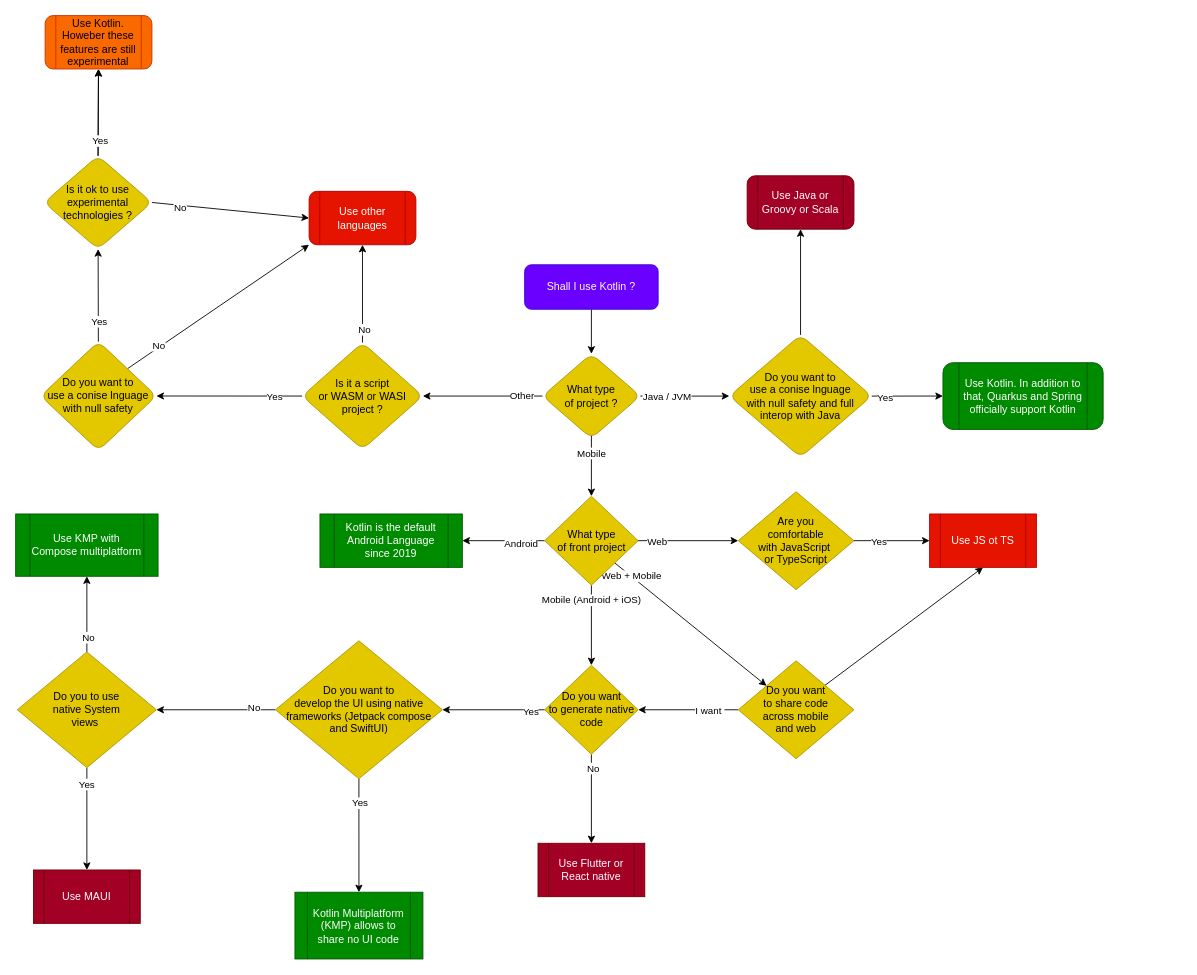
worldline/learning-kotlin keeps this draw.io diagram as docs/src/assets/kotlin-decision-tree.drawio. Above is the earlier version. Source tidied: cells renumbered, new cells numbered last; positions are measured from the earlier drawing's top-left corner, leaving out a move shared by most shapes. Both pictures are drawn from the tidied source at 89%, with x=0, y=0 at pixel (15, 15).
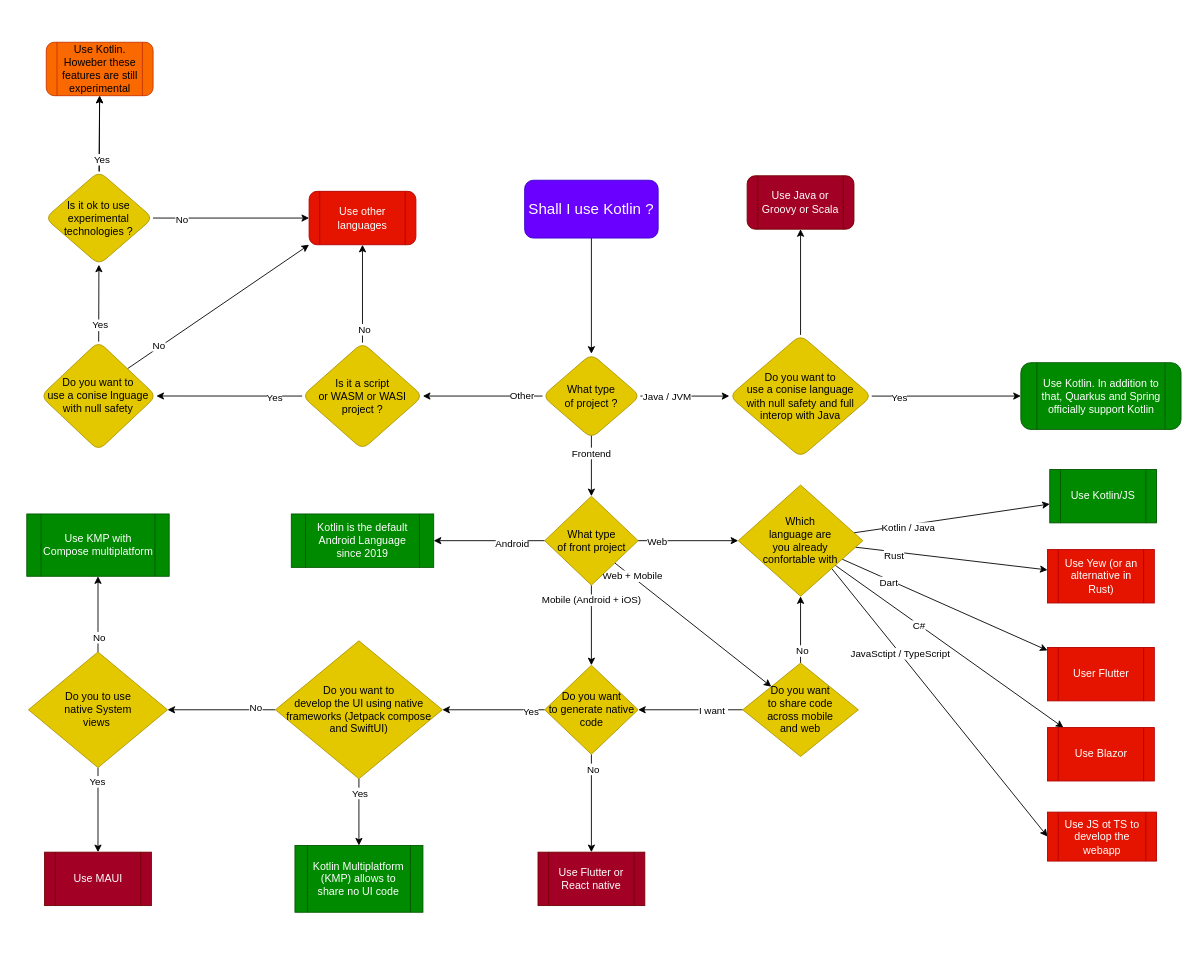
Above is the later version.

Commit message (it also covers changes not shown here):
- Add imgMark and figure options to mdEnhancePlugin - Add kotlin decision tree

The change refers to these unchanged cells:
```xml
<mxCell id="13" style="endArrow=classic;html=1;exitX=0.5;exitY=1;exitDx=0;exitDy=0;entryX=0.5;entryY=0;entryDx=0;entryDy=0;" parent="1" edge="1" target="12">
  <mxGeometry relative="1" as="geometry">
    <mxPoint x="647" y="470" as="sourcePoint" />
  </mxGeometry>
</mxCell>
```

Diff of the diagram source:
```diff
@@
-    <mxCell id="3" value="Shall I use Kotlin ?" style="rounded=1;whiteSpace=wrap;html=1;fillColor=#6a00ff;fontColor=#ffffff;strokeColor=#3700CC;" parent="1" vertex="1">
-      <mxGeometry x="572" y="280" width="150" height="50" as="geometry" />
+    <mxCell id="3" value="Shall I use Kotlin ?" style="rounded=1;whiteSpace=wrap;html=1;fillColor=#6a00ff;fontColor=#ffffff;strokeColor=#3700CC;fontSize=17;" parent="1" vertex="1">
+      <mxGeometry x="572" y="185" width="150" height="65" as="geometry" />
     </mxCell>
@@
-    <mxCell id="14" value="Mobile" style="edgeLabel;html=1;align=center;verticalAlign=middle;" parent="13" vertex="1">
+    <mxCell id="14" value="Frontend" style="edgeLabel;html=1;align=center;verticalAlign=middle;" parent="13" vertex="1">
       <mxGeometry x="-0.4" y="-1" relative="1" as="geometry" />
     </mxCell>
     <mxCell id="15" value="Kotlin is the default Android Language since 2019" style="shape=process;whiteSpace=wrap;html=1;backgroundOutline=1;fillColor=#008a00;fontColor=#ffffff;strokeColor=#005700;" parent="1" vertex="1">
-      <mxGeometry x="342" y="560" width="160" height="60" as="geometry" />
+      <mxGeometry x="309.8" y="560" width="160" height="60" as="geometry" />
     </mxCell>
@@
-    <mxCell id="29" value="Do you want to &lt;br&gt;use a conise lnguage &lt;br&gt;with null safety and full interop with Java" style="rhombus;whiteSpace=wrap;html=1;fillColor=#e3c800;strokeColor=#B09500;fontColor=#000000;rounded=1;" parent="1" vertex="1">
+    <mxCell id="29" value="Do you want to &lt;br&gt;use a conise language &lt;br&gt;with null safety and full interop with Java" style="rhombus;whiteSpace=wrap;html=1;fillColor=#e3c800;strokeColor=#B09500;fontColor=#000000;rounded=1;" parent="1" vertex="1">
       <mxGeometry x="802" y="358.8" width="160" height="137.5" as="geometry" />
     </mxCell>
@@
     <mxCell id="35" value="Use Kotlin. In addition to that, Quarkus and Spring officially support Kotlin" style="shape=process;whiteSpace=wrap;html=1;backgroundOutline=1;fillColor=#008a00;strokeColor=#005700;fontColor=#ffffff;rounded=1;" parent="1" vertex="1">
-      <mxGeometry x="1042" y="390" width="180" height="75" as="geometry" />
+      <mxGeometry x="1129.5" y="390" width="180" height="75" as="geometry" />
     </mxCell>
@@
     <mxCell id="37" value="Use Flutter or React native" style="shape=process;whiteSpace=wrap;html=1;backgroundOutline=1;fillColor=#a20025;strokeColor=#6F0000;fontColor=#ffffff;" parent="1" vertex="1">
-      <mxGeometry x="587" y="930" width="120" height="60" as="geometry" />
+      <mxGeometry x="587" y="940" width="120" height="60" as="geometry" />
     </mxCell>
@@
     <mxCell id="43" value="Kotlin Multiplatform (KMP) allows to share no UI code" style="shape=process;whiteSpace=wrap;html=1;backgroundOutline=1;fillColor=#008a00;strokeColor=#005700;fontColor=#ffffff;" parent="1" vertex="1">
-      <mxGeometry x="313.9" y="985" width="143.8" height="75" as="geometry" />
+      <mxGeometry x="313.9" y="932.5" width="143.8" height="75" as="geometry" />
     </mxCell>
@@
     <mxCell id="48" value="Do you to use &lt;br&gt;native System&lt;br&gt;views&amp;nbsp;" style="rhombus;whiteSpace=wrap;html=1;fillColor=#e3c800;strokeColor=#B09500;fontColor=#000000;" parent="1" vertex="1">
-      <mxGeometry x="2" y="715" width="156.2" height="130" as="geometry" />
+      <mxGeometry x="14.5" y="715" width="156.2" height="130" as="geometry" />
     </mxCell>
     <mxCell id="49" value="Use MAUI" style="shape=process;whiteSpace=wrap;html=1;backgroundOutline=1;fillColor=#a20025;strokeColor=#6F0000;fontColor=#ffffff;" parent="1" vertex="1">
-      <mxGeometry x="20.1" y="960" width="120" height="60" as="geometry" />
+      <mxGeometry x="32.6" y="940" width="120" height="60" as="geometry" />
     </mxCell>
     <mxCell id="50" value="Use KMP with Compose multiplatform" style="shape=process;whiteSpace=wrap;html=1;backgroundOutline=1;fillColor=#008a00;strokeColor=#005700;fontColor=#ffffff;" parent="1" vertex="1">
-      <mxGeometry x="0.1" y="560" width="160" height="70" as="geometry" />
+      <mxGeometry x="12.6" y="560" width="160" height="70" as="geometry" />
     </mxCell>
@@
     <mxCell id="56" value="Use Kotlin. Howeber these features are still experimental" style="shape=process;whiteSpace=wrap;html=1;backgroundOutline=1;fillColor=#fa6800;strokeColor=#C73500;fontColor=#000000;rounded=1;" parent="1" vertex="1">
-      <mxGeometry x="33.2" width="120" height="60" as="geometry" />
+      <mxGeometry x="34.5" y="30" width="120" height="60" as="geometry" />
     </mxCell>
@@
     <mxCell id="62" value="Is it ok to use experimental technologies ?" style="rhombus;whiteSpace=wrap;html=1;fillColor=#e3c800;strokeColor=#B09500;fontColor=#000000;rounded=1;" parent="1" vertex="1">
-      <mxGeometry x="32" y="157.5" width="121.2" height="105" as="geometry" />
+      <mxGeometry x="33.2" y="175" width="121.2" height="105" as="geometry" />
     </mxCell>
@@
-    <mxCell id="64" style="edgeStyle=none;html=1;" parent="1" edge="1" source="66" target="71">
+    <mxCell id="64" style="edgeStyle=none;html=1;exitX=1;exitY=1;exitDx=0;exitDy=0;entryX=0;entryY=0.5;entryDx=0;entryDy=0;" parent="1" edge="1" source="66" target="71">
       <mxGeometry relative="1" as="geometry" />
     </mxCell>
-    <mxCell id="65" value="Yes" style="edgeLabel;html=1;align=center;verticalAlign=middle;" parent="64" vertex="1">
+    <mxCell id="65" value="JavaSctipt / TypeScript" style="edgeLabel;html=1;align=center;verticalAlign=middle;" parent="64" vertex="1">
       <mxGeometry x="-0.37" relative="1" as="geometry" />
     </mxCell>
+    <mxCell id="72" style="edgeStyle=none;html=1;" parent="1" edge="1" source="66" target="82">
+      <mxGeometry relative="1" as="geometry" />
+    </mxCell>
+    <mxCell id="73" value="Kotlin / Java" style="edgeLabel;html=1;align=center;verticalAlign=middle;" parent="72" vertex="1">
+      <mxGeometry x="-0.45" y="-3" relative="1" as="geometry" />
+    </mxCell>
+    <mxCell id="74" style="edgeStyle=none;html=1;" parent="1" edge="1" source="66" target="83">
+      <mxGeometry relative="1" as="geometry" />
+    </mxCell>
+    <mxCell id="75" value="C#" style="edgeLabel;html=1;align=center;verticalAlign=middle;" parent="74" vertex="1">
+      <mxGeometry x="-0.27" y="-1" relative="1" as="geometry" />
+    </mxCell>
+    <mxCell id="76" style="edgeStyle=none;html=1;" parent="1" edge="1" source="66" target="84">
+      <mxGeometry relative="1" as="geometry" />
+    </mxCell>
+    <mxCell id="77" value="Dart" style="edgeLabel;html=1;align=center;verticalAlign=middle;" parent="76" vertex="1">
+      <mxGeometry x="-0.54" y="-2" relative="1" as="geometry" />
+    </mxCell>
+    <mxCell id="78" style="edgeStyle=none;html=1;" parent="1" edge="1" source="66" target="85">
+      <mxGeometry relative="1" as="geometry" />
+    </mxCell>
+    <mxCell id="79" value="Rust" style="edgeLabel;html=1;align=center;verticalAlign=middle;" parent="78" vertex="1">
+      <mxGeometry x="-0.3" relative="1" as="geometry">
+        <mxPoint x="-33" as="offset" />
+      </mxGeometry>
+    </mxCell>
-    <mxCell id="66" value="Are you &lt;br&gt;comfortable&lt;br&gt;with JavaScript&amp;nbsp;&lt;br&gt;or TypeScript" style="rhombus;whiteSpace=wrap;html=1;fillColor=#e3c800;strokeColor=#B09500;fontColor=#000000;" parent="1" vertex="1">
-      <mxGeometry x="812" y="535" width="130" height="110" as="geometry" />
+    <mxCell id="66" value="Which &lt;br&gt;language are &lt;br&gt;you already&lt;br&gt;confortable with" style="rhombus;whiteSpace=wrap;html=1;fillColor=#e3c800;strokeColor=#B09500;fontColor=#000000;" parent="1" vertex="1">
+      <mxGeometry x="812" y="527.5" width="140" height="125" as="geometry" />
     </mxCell>
-    <mxCell id="67" style="edgeStyle=none;html=1;exitX=1;exitY=0;exitDx=0;exitDy=0;entryX=0.5;entryY=1;entryDx=0;entryDy=0;" parent="1" edge="1" source="70" target="71">
-      <mxGeometry relative="1" as="geometry" />
-    </mxCell>
@@
+    <mxCell id="80" style="edgeStyle=none;html=1;exitX=0.5;exitY=0;exitDx=0;exitDy=0;entryX=0.5;entryY=1;entryDx=0;entryDy=0;" parent="1" edge="1" source="70" target="66">
+      <mxGeometry relative="1" as="geometry" />
+    </mxCell>
+    <mxCell id="81" value="No" style="edgeLabel;html=1;align=center;verticalAlign=middle;" parent="80" vertex="1">
+      <mxGeometry x="-0.63" y="-1" relative="1" as="geometry" />
+    </mxCell>
     <mxCell id="70" value="Do you want &lt;br&gt;to share code&lt;br&gt;across mobile &lt;br&gt;and web" style="rhombus;whiteSpace=wrap;html=1;fillColor=#e3c800;strokeColor=#B09500;fontColor=#000000;" parent="1" vertex="1">
-      <mxGeometry x="812" y="725" width="130" height="110" as="geometry" />
+      <mxGeometry x="817" y="727.5" width="130" height="105" as="geometry" />
     </mxCell>
-    <mxCell id="71" value="Use JS ot TS" style="shape=process;whiteSpace=wrap;html=1;backgroundOutline=1;fillColor=#e51400;strokeColor=#B20000;fontColor=#ffffff;" parent="1" vertex="1">
-      <mxGeometry x="1027" y="560" width="120" height="60" as="geometry" />
+    <mxCell id="71" value="Use JS ot TS to develop the webapp" style="shape=process;whiteSpace=wrap;html=1;backgroundOutline=1;fillColor=#e51400;strokeColor=#B20000;fontColor=#ffffff;" parent="1" vertex="1">
+      <mxGeometry x="1159.5" y="895" width="122.5" height="55" as="geometry" />
     </mxCell>
+    <mxCell id="82" value="Use Kotlin/JS" style="shape=process;whiteSpace=wrap;html=1;backgroundOutline=1;fillColor=#008a00;strokeColor=#005700;fontColor=#ffffff;" parent="1" vertex="1">
+      <mxGeometry x="1162" y="510" width="120" height="60" as="geometry" />
+    </mxCell>
+    <mxCell id="83" value="Use Blazor" style="shape=process;whiteSpace=wrap;html=1;backgroundOutline=1;fillColor=#e51400;strokeColor=#B20000;fontColor=#ffffff;" parent="1" vertex="1">
+      <mxGeometry x="1159.5" y="800" width="120" height="60" as="geometry" />
+    </mxCell>
+    <mxCell id="84" value="User Flutter" style="shape=process;whiteSpace=wrap;html=1;backgroundOutline=1;fillColor=#e51400;strokeColor=#B20000;fontColor=#ffffff;" parent="1" vertex="1">
+      <mxGeometry x="1159.5" y="710" width="120" height="60" as="geometry" />
+    </mxCell>
+    <mxCell id="85" value="Use Yew (or an alternative in Rust)" style="shape=process;whiteSpace=wrap;html=1;backgroundOutline=1;fillColor=#e51400;strokeColor=#B20000;fontColor=#ffffff;" parent="1" vertex="1">
+      <mxGeometry x="1159.5" y="600" width="120" height="60" as="geometry" />
+    </mxCell>
```
